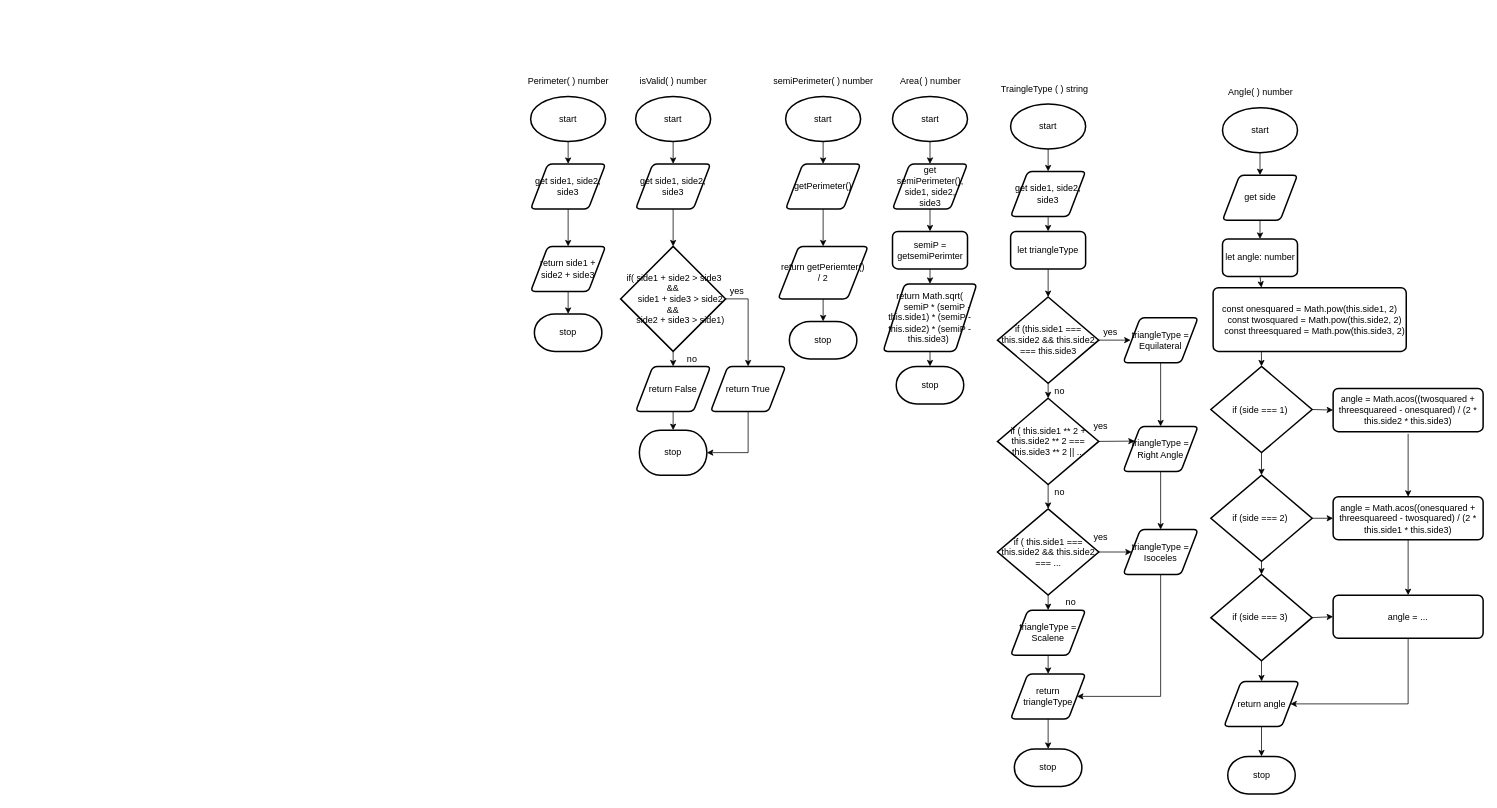
Earlier version of the draw.io diagram pictures/Flow.drawio (Igor-Zhelezniak-1/ics4u-assigment-3-typescript). Source tidied: cells renumbered, new cells numbered last; positions are measured from the earlier drawing's top-left corner, leaving out a move shared by most shapes. Both pictures are drawn from the tidied source at 75%, with x=0, y=0 at pixel (523, 74).
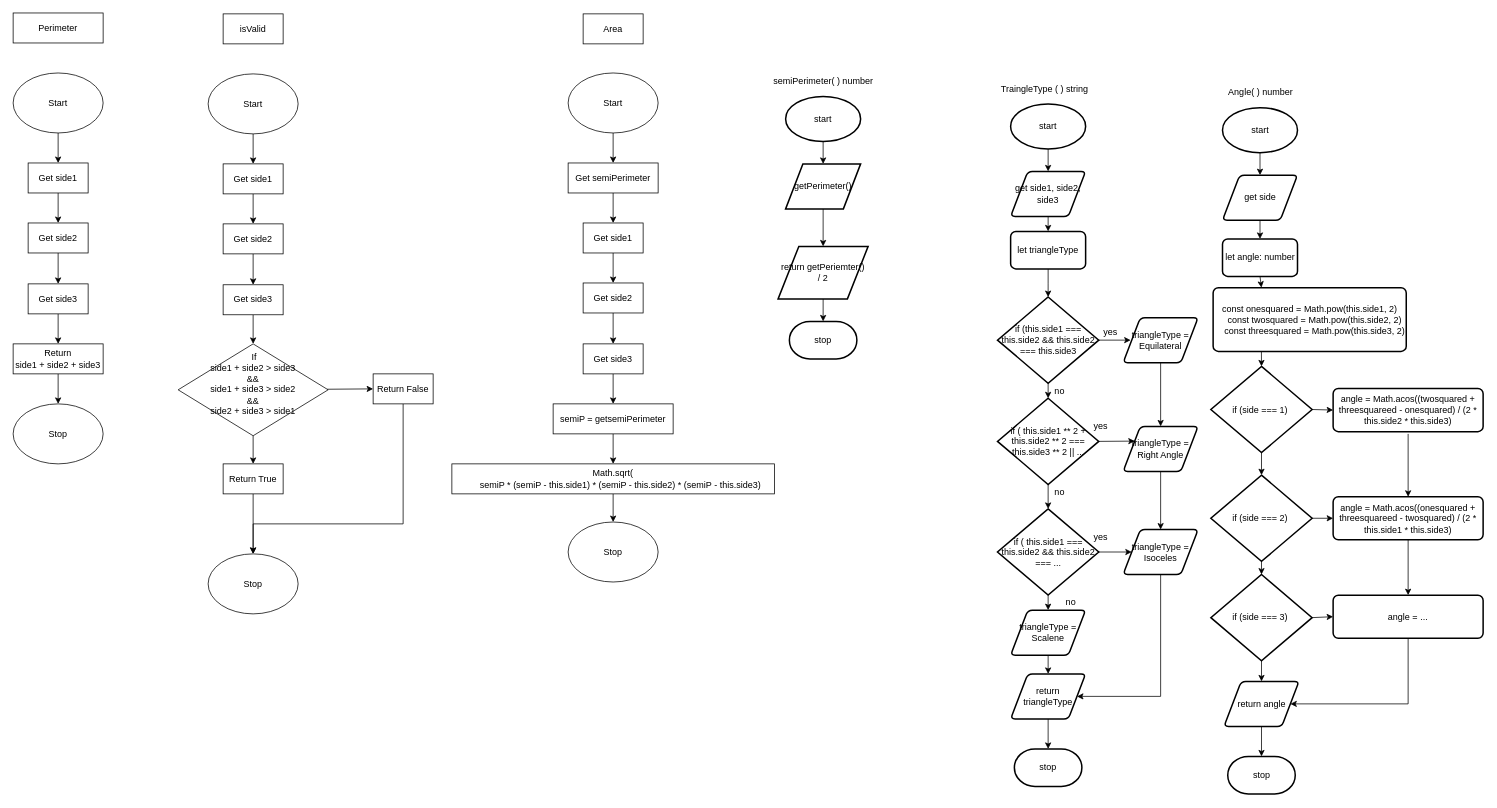
After the change.

What changed in the source:
```diff
@@
-    <mxCell id="2" style="edgeStyle=none;html=1;exitX=0.5;exitY=1;exitDx=0;exitDy=0;exitPerimeter=0;entryX=0.5;entryY=0;entryDx=0;entryDy=0;" parent="1" edge="1" source="3" target="6">
-      <mxGeometry relative="1" as="geometry" />
-    </mxCell>
-    <mxCell id="3" value="start" style="strokeWidth=2;html=1;shape=mxgraph.flowchart.start_1;whiteSpace=wrap;" parent="1" vertex="1">
-      <mxGeometry x="10" y="30" width="100" height="60" as="geometry" />
-    </mxCell>
-    <mxCell id="4" value="Perimeter( ) number" style="text;html=1;align=center;verticalAlign=middle;strokeColor=none;fillColor=none;" parent="1" vertex="1">
-      <mxGeometry width="120" height="20" as="geometry" />
-    </mxCell>
-    <mxCell id="5" style="edgeStyle=none;html=1;entryX=0.5;entryY=0;entryDx=0;entryDy=0;" parent="1" edge="1" source="6" target="8">
-      <mxGeometry relative="1" as="geometry" />
-    </mxCell>
-    <mxCell id="6" value="get side1, side2, side3" style="shape=parallelogram;html=1;strokeWidth=2;perimeter=parallelogramPerimeter;whiteSpace=wrap;rounded=1;arcSize=12;size=0.23;" parent="1" vertex="1">
-      <mxGeometry x="10" y="120" width="100" height="60" as="geometry" />
-    </mxCell>
-    <mxCell id="7" style="edgeStyle=none;html=1;exitX=0.5;exitY=1;exitDx=0;exitDy=0;entryX=0.5;entryY=0;entryDx=0;entryDy=0;entryPerimeter=0;" parent="1" edge="1" source="8" target="44">
-      <mxGeometry relative="1" as="geometry" />
-    </mxCell>
-    <mxCell id="8" value="return side1 + side2 + side3" style="shape=parallelogram;html=1;strokeWidth=2;perimeter=parallelogramPerimeter;whiteSpace=wrap;rounded=1;arcSize=12;size=0.23;" parent="1" vertex="1">
-      <mxGeometry x="10" y="230" width="100" height="60" as="geometry" />
-    </mxCell>
-    <mxCell id="9" style="edgeStyle=none;html=1;exitX=0.5;exitY=1;exitDx=0;exitDy=0;exitPerimeter=0;entryX=0.5;entryY=0;entryDx=0;entryDy=0;" parent="1" edge="1" source="10">
-      <mxGeometry relative="1" as="geometry">
-        <mxPoint x="200" y="120" as="targetPoint" />
-      </mxGeometry>
-    </mxCell>
-    <mxCell id="10" value="start" style="strokeWidth=2;html=1;shape=mxgraph.flowchart.start_1;whiteSpace=wrap;" parent="1" vertex="1">
-      <mxGeometry x="150" y="30" width="100" height="60" as="geometry" />
-    </mxCell>
-    <mxCell id="11" value="isValid( ) number" style="text;html=1;align=center;verticalAlign=middle;strokeColor=none;fillColor=none;" parent="1" vertex="1">
-      <mxGeometry x="145" width="110" height="20" as="geometry" />
-    </mxCell>
-    <mxCell id="12" style="edgeStyle=none;html=1;entryX=0.5;entryY=0;entryDx=0;entryDy=0;" parent="1" edge="1">
-      <mxGeometry relative="1" as="geometry">
-        <mxPoint x="200" y="180" as="sourcePoint" />
-        <mxPoint x="200" y="230" as="targetPoint" />
-      </mxGeometry>
-    </mxCell>
-    <mxCell id="13" value="get side1, side2, side3" style="shape=parallelogram;html=1;strokeWidth=2;perimeter=parallelogramPerimeter;whiteSpace=wrap;rounded=1;arcSize=12;size=0.23;" parent="1" vertex="1">
-      <mxGeometry x="150" y="120" width="100" height="60" as="geometry" />
-    </mxCell>
-    <mxCell id="14" style="edgeStyle=none;html=1;exitX=0.5;exitY=1;exitDx=0;exitDy=0;exitPerimeter=0;entryX=0.5;entryY=0;entryDx=0;entryDy=0;" parent="1" edge="1" source="16" target="18">
-      <mxGeometry relative="1" as="geometry" />
-    </mxCell>
-    <mxCell id="15" style="edgeStyle=none;html=1;exitX=1;exitY=0.5;exitDx=0;exitDy=0;exitPerimeter=0;rounded=0;" parent="1" edge="1" source="16">
-      <mxGeometry relative="1" as="geometry">
-        <mxPoint x="300" y="390" as="targetPoint" />
-        <Array as="points">
-          <mxPoint x="300" y="300" />
-        </Array>
-      </mxGeometry>
-    </mxCell>
-    <mxCell id="16" value="&lt;div&gt;&amp;nbsp;if( side1 + side2 &amp;gt; side3 &amp;amp;&amp;amp;&lt;/div&gt;&lt;div&gt;&amp;nbsp; &amp;nbsp; &amp;nbsp; &lt;span&gt;side1 + side3 &amp;gt; side2 &amp;amp;&amp;amp;&lt;/span&gt;&lt;/div&gt;&lt;div&gt;&amp;nbsp; &amp;nbsp; &amp;nbsp; side2 + side3 &amp;gt; side1)&lt;/div&gt;" style="strokeWidth=2;html=1;shape=mxgraph.flowchart.decision;whiteSpace=wrap;" parent="1" vertex="1">
-      <mxGeometry x="130" y="230" width="140" height="140" as="geometry" />
-    </mxCell>
-    <mxCell id="17" style="edgeStyle=none;html=1;exitX=0.5;exitY=1;exitDx=0;exitDy=0;entryX=0.5;entryY=0;entryDx=0;entryDy=0;entryPerimeter=0;" parent="1" edge="1" source="18" target="45">
-      <mxGeometry relative="1" as="geometry" />
-    </mxCell>
-    <mxCell id="18" value="return False" style="shape=parallelogram;html=1;strokeWidth=2;perimeter=parallelogramPerimeter;whiteSpace=wrap;rounded=1;arcSize=12;size=0.23;" parent="1" vertex="1">
-      <mxGeometry x="150" y="390" width="100" height="60" as="geometry" />
-    </mxCell>
-    <mxCell id="19" style="edgeStyle=none;html=1;exitX=0.5;exitY=1;exitDx=0;exitDy=0;entryX=1;entryY=0.5;entryDx=0;entryDy=0;entryPerimeter=0;rounded=0;" parent="1" edge="1" source="20" target="45">
-      <mxGeometry relative="1" as="geometry">
-        <Array as="points">
-          <mxPoint x="300" y="505" />
-        </Array>
-      </mxGeometry>
-    </mxCell>
-    <mxCell id="20" value="return True" style="shape=parallelogram;html=1;strokeWidth=2;perimeter=parallelogramPerimeter;whiteSpace=wrap;rounded=1;arcSize=12;size=0.23;" parent="1" vertex="1">
-      <mxGeometry x="250" y="390" width="100" height="60" as="geometry" />
-    </mxCell>
@@
-    <mxCell id="25" value="getPerimeter()" style="shape=parallelogram;html=1;strokeWidth=2;perimeter=parallelogramPerimeter;whiteSpace=wrap;rounded=1;arcSize=12;size=0.23;" parent="1" vertex="1">
+    <mxCell id="25" value="getPerimeter()" style="shape=parallelogram;html=1;strokeWidth=2;perimeter=parallelogramPerimeter;whiteSpace=wrap;rounded=0;arcSize=12;size=0.23;" parent="1" vertex="1">
       <mxGeometry x="350" y="120" width="100" height="60" as="geometry" />
     </mxCell>
@@
-    <mxCell id="27" value="return getPeriemter() / 2" style="shape=parallelogram;html=1;strokeWidth=2;perimeter=parallelogramPerimeter;whiteSpace=wrap;rounded=1;arcSize=12;size=0.23;" parent="1" vertex="1">
+    <mxCell id="27" value="return getPeriemter() / 2" style="shape=parallelogram;html=1;strokeWidth=2;perimeter=parallelogramPerimeter;whiteSpace=wrap;rounded=0;arcSize=12;size=0.23;" parent="1" vertex="1">
       <mxGeometry x="340" y="230" width="120" height="70" as="geometry" />
     </mxCell>
-    <mxCell id="28" value="Area( ) number" style="text;html=1;align=center;verticalAlign=middle;strokeColor=none;fillColor=none;" parent="1" vertex="1">
-      <mxGeometry x="492.5" width="100" height="20" as="geometry" />
-    </mxCell>
-    <mxCell id="29" style="edgeStyle=none;html=1;exitX=0.5;exitY=1;exitDx=0;exitDy=0;exitPerimeter=0;entryX=0.5;entryY=0;entryDx=0;entryDy=0;" parent="1" edge="1" source="30" target="32">
-      <mxGeometry relative="1" as="geometry" />
-    </mxCell>
-    <mxCell id="30" value="start" style="strokeWidth=2;html=1;shape=mxgraph.flowchart.start_1;whiteSpace=wrap;" parent="1" vertex="1">
-      <mxGeometry x="492.5" y="30" width="100" height="60" as="geometry" />
-    </mxCell>
-    <mxCell id="31" style="edgeStyle=none;rounded=0;html=1;exitX=0.5;exitY=1;exitDx=0;exitDy=0;entryX=0.5;entryY=0;entryDx=0;entryDy=0;" parent="1" edge="1" source="32" target="36">
-      <mxGeometry relative="1" as="geometry" />
-    </mxCell>
-    <mxCell id="32" value="get semiPerimeter(), side1, side2, side3" style="shape=parallelogram;html=1;strokeWidth=2;perimeter=parallelogramPerimeter;whiteSpace=wrap;rounded=1;arcSize=12;size=0.23;" parent="1" vertex="1">
-      <mxGeometry x="492.5" y="120" width="100" height="60" as="geometry" />
-    </mxCell>
-    <mxCell id="33" style="edgeStyle=none;rounded=0;html=1;exitX=0.5;exitY=1;exitDx=0;exitDy=0;entryX=0.5;entryY=0;entryDx=0;entryDy=0;entryPerimeter=0;" parent="1" edge="1" source="34" target="47">
-      <mxGeometry relative="1" as="geometry" />
-    </mxCell>
-    <mxCell id="34" value="return&amp;nbsp;&lt;span&gt;Math.sqrt(&lt;br&gt;&lt;/span&gt;&lt;span&gt;&amp;nbsp; &amp;nbsp; &amp;nbsp; semiP * (semiP - this.side1) * (semiP - this.side2) * (semiP - this.side3)&lt;/span&gt;&amp;nbsp;" style="shape=parallelogram;html=1;strokeWidth=2;perimeter=parallelogramPerimeter;whiteSpace=wrap;rounded=1;arcSize=12;size=0.23;" parent="1" vertex="1">
-      <mxGeometry x="480" y="280" width="125" height="90" as="geometry" />
-    </mxCell>
-    <mxCell id="35" style="edgeStyle=none;rounded=0;html=1;exitX=0.5;exitY=1;exitDx=0;exitDy=0;entryX=0.5;entryY=0;entryDx=0;entryDy=0;" parent="1" edge="1" source="36" target="34">
-      <mxGeometry relative="1" as="geometry" />
-    </mxCell>
-    <mxCell id="36" value="semiP = getsemiPerimter" style="rounded=1;whiteSpace=wrap;html=1;absoluteArcSize=1;arcSize=14;strokeWidth=2;" parent="1" vertex="1">
-      <mxGeometry x="492.5" y="210" width="100" height="50" as="geometry" />
-    </mxCell>
@@
-    <mxCell id="44" value="stop" style="strokeWidth=2;html=1;shape=mxgraph.flowchart.terminator;whiteSpace=wrap;" parent="1" vertex="1">
-      <mxGeometry x="15" y="320" width="90" height="50" as="geometry" />
-    </mxCell>
-    <mxCell id="45" value="stop" style="strokeWidth=2;html=1;shape=mxgraph.flowchart.terminator;whiteSpace=wrap;" parent="1" vertex="1">
-      <mxGeometry x="155" y="475" width="90" height="60" as="geometry" />
-    </mxCell>
@@
-    <mxCell id="47" value="stop" style="strokeWidth=2;html=1;shape=mxgraph.flowchart.terminator;whiteSpace=wrap;" parent="1" vertex="1">
-      <mxGeometry x="497.5" y="390" width="90" height="50" as="geometry" />
-    </mxCell>
@@
-    <mxCell id="56" value="yes" style="text;html=1;align=center;verticalAlign=middle;strokeColor=none;fillColor=none;" parent="1" vertex="1">
-      <mxGeometry x="270" y="280" width="30" height="20" as="geometry" />
-    </mxCell>
-    <mxCell id="57" value="no" style="text;html=1;align=center;verticalAlign=middle;strokeColor=none;fillColor=none;" parent="1" vertex="1">
-      <mxGeometry x="210" y="370" width="30" height="20" as="geometry" />
-    </mxCell>
@@
+    <mxCell id="104" style="edgeStyle=none;html=1;entryX=0.5;entryY=0;entryDx=0;entryDy=0;" parent="1" edge="1" source="105" target="126">
+      <mxGeometry relative="1" as="geometry" />
+    </mxCell>
+    <mxCell id="105" value="Start" style="ellipse;whiteSpace=wrap;html=1;" parent="1" vertex="1">
+      <mxGeometry x="-420" width="120" height="80" as="geometry" />
+    </mxCell>
+    <mxCell id="106" style="edgeStyle=none;html=1;entryX=0;entryY=0.5;entryDx=0;entryDy=0;" parent="1" edge="1" source="108" target="132">
+      <mxGeometry relative="1" as="geometry" />
+    </mxCell>
+    <mxCell id="107" style="edgeStyle=none;html=1;" parent="1" edge="1" source="108" target="110">
+      <mxGeometry relative="1" as="geometry" />
+    </mxCell>
+    <mxCell id="108" value="&lt;div&gt;&amp;nbsp;If&lt;/div&gt;&lt;div&gt;side1 + side2 &amp;gt; side3&lt;/div&gt;&lt;div&gt;&amp;amp;&amp;amp;&lt;/div&gt;&lt;div&gt;&lt;span style=&quot;background-color: initial;&quot;&gt;side1 + side3 &amp;gt; side2&lt;/span&gt;&lt;/div&gt;&lt;div&gt;&lt;span style=&quot;background-color: initial;&quot;&gt;&amp;amp;&amp;amp;&lt;/span&gt;&lt;/div&gt;&lt;div&gt;&lt;span style=&quot;background-color: initial;&quot;&gt;side2 + side3 &amp;gt; side1&lt;/span&gt;&lt;/div&gt;&lt;div&gt;&lt;span style=&quot;background-color: initial;&quot;&gt;&amp;nbsp;&lt;/span&gt;&lt;/div&gt;" style="rhombus;whiteSpace=wrap;html=1;" parent="1" vertex="1">
+      <mxGeometry x="-460" y="360" width="200" height="122.5" as="geometry" />
+    </mxCell>
+    <mxCell id="109" style="edgeStyle=none;rounded=0;html=1;entryX=0.5;entryY=0;entryDx=0;entryDy=0;" parent="1" edge="1" source="110" target="111">
+      <mxGeometry relative="1" as="geometry" />
+    </mxCell>
+    <mxCell id="110" value="Return True" style="rounded=0;whiteSpace=wrap;html=1;" parent="1" vertex="1">
+      <mxGeometry x="-400" y="520" width="80" height="40" as="geometry" />
+    </mxCell>
+    <mxCell id="111" value="Stop" style="ellipse;whiteSpace=wrap;html=1;" parent="1" vertex="1">
+      <mxGeometry x="-420" y="640" width="120" height="80" as="geometry" />
+    </mxCell>
+    <mxCell id="112" value="isValid" style="rounded=0;whiteSpace=wrap;html=1;" parent="1" vertex="1">
+      <mxGeometry x="-400" y="-80" width="80" height="40" as="geometry" />
+    </mxCell>
+    <mxCell id="113" style="edgeStyle=none;rounded=0;html=1;entryX=0.5;entryY=0;entryDx=0;entryDy=0;" parent="1" edge="1" source="114" target="118">
+      <mxGeometry relative="1" as="geometry" />
+    </mxCell>
+    <mxCell id="114" value="Get side1" style="rounded=0;whiteSpace=wrap;html=1;" parent="1" vertex="1">
+      <mxGeometry x="-660" y="118.8" width="80" height="40" as="geometry" />
+    </mxCell>
+    <mxCell id="115" style="edgeStyle=none;rounded=0;html=1;entryX=0.5;entryY=0;entryDx=0;entryDy=0;" parent="1" edge="1" source="116" target="114">
+      <mxGeometry relative="1" as="geometry" />
+    </mxCell>
+    <mxCell id="116" value="Start" style="ellipse;whiteSpace=wrap;html=1;" parent="1" vertex="1">
+      <mxGeometry x="-680" y="-1.2" width="120" height="80" as="geometry" />
+    </mxCell>
+    <mxCell id="117" style="edgeStyle=none;html=1;entryX=0.5;entryY=0;entryDx=0;entryDy=0;" parent="1" edge="1" source="118" target="124">
+      <mxGeometry relative="1" as="geometry" />
+    </mxCell>
+    <mxCell id="118" value="Get side2" style="rounded=0;whiteSpace=wrap;html=1;" parent="1" vertex="1">
+      <mxGeometry x="-660" y="198.8" width="80" height="40" as="geometry" />
+    </mxCell>
+    <mxCell id="119" style="edgeStyle=none;html=1;entryX=0.5;entryY=0;entryDx=0;entryDy=0;" parent="1" edge="1" source="120" target="122">
+      <mxGeometry relative="1" as="geometry" />
+    </mxCell>
+    <mxCell id="120" value="Return&lt;br&gt;side1 + side2 + side3" style="rounded=0;whiteSpace=wrap;html=1;" parent="1" vertex="1">
+      <mxGeometry x="-680" y="360" width="120" height="40" as="geometry" />
+    </mxCell>
+    <mxCell id="121" value="Perimeter" style="rounded=0;whiteSpace=wrap;html=1;" parent="1" vertex="1">
+      <mxGeometry x="-680" y="-81.2" width="120" height="40" as="geometry" />
+    </mxCell>
+    <mxCell id="122" value="Stop" style="ellipse;whiteSpace=wrap;html=1;" parent="1" vertex="1">
+      <mxGeometry x="-680" y="440" width="120" height="80" as="geometry" />
+    </mxCell>
+    <mxCell id="123" style="edgeStyle=none;html=1;entryX=0.5;entryY=0;entryDx=0;entryDy=0;" parent="1" edge="1" source="124" target="120">
+      <mxGeometry relative="1" as="geometry" />
+    </mxCell>
+    <mxCell id="124" value="Get side3" style="rounded=0;whiteSpace=wrap;html=1;" parent="1" vertex="1">
+      <mxGeometry x="-660" y="280" width="80" height="40" as="geometry" />
+    </mxCell>
+    <mxCell id="125" style="edgeStyle=none;rounded=0;html=1;entryX=0.5;entryY=0;entryDx=0;entryDy=0;" parent="1" edge="1" source="126" target="128">
+      <mxGeometry relative="1" as="geometry" />
+    </mxCell>
+    <mxCell id="126" value="Get side1" style="rounded=0;whiteSpace=wrap;html=1;" parent="1" vertex="1">
+      <mxGeometry x="-400" y="120" width="80" height="40" as="geometry" />
+    </mxCell>
+    <mxCell id="127" style="edgeStyle=none;html=1;entryX=0.5;entryY=0;entryDx=0;entryDy=0;" parent="1" edge="1" source="128" target="130">
+      <mxGeometry relative="1" as="geometry" />
+    </mxCell>
+    <mxCell id="128" value="Get side2" style="rounded=0;whiteSpace=wrap;html=1;" parent="1" vertex="1">
+      <mxGeometry x="-400" y="200" width="80" height="40" as="geometry" />
+    </mxCell>
+    <mxCell id="129" style="edgeStyle=none;html=1;entryX=0.5;entryY=0;entryDx=0;entryDy=0;" parent="1" edge="1" source="130" target="108">
+      <mxGeometry relative="1" as="geometry" />
+    </mxCell>
+    <mxCell id="130" value="Get side3" style="rounded=0;whiteSpace=wrap;html=1;" parent="1" vertex="1">
+      <mxGeometry x="-400" y="281.2" width="80" height="40" as="geometry" />
+    </mxCell>
+    <mxCell id="131" style="edgeStyle=none;html=1;entryX=0.5;entryY=0;entryDx=0;entryDy=0;rounded=0;" parent="1" edge="1" source="132" target="111">
+      <mxGeometry relative="1" as="geometry">
+        <Array as="points">
+          <mxPoint x="-160" y="600" />
+          <mxPoint x="-360" y="600" />
+        </Array>
+      </mxGeometry>
+    </mxCell>
+    <mxCell id="132" value="Return False" style="rounded=0;whiteSpace=wrap;html=1;" parent="1" vertex="1">
+      <mxGeometry x="-200" y="400" width="80" height="40" as="geometry" />
+    </mxCell>
+    <mxCell id="133" value="Area" style="rounded=0;whiteSpace=wrap;html=1;" parent="1" vertex="1">
+      <mxGeometry x="80" y="-80" width="80" height="40" as="geometry" />
+    </mxCell>
+    <mxCell id="134" style="edgeStyle=none;rounded=0;html=1;entryX=0.5;entryY=0;entryDx=0;entryDy=0;" parent="1" edge="1" source="135" target="139">
+      <mxGeometry relative="1" as="geometry" />
+    </mxCell>
+    <mxCell id="135" value="Get side1" style="rounded=0;whiteSpace=wrap;html=1;" parent="1" vertex="1">
+      <mxGeometry x="80" y="198.8" width="80" height="40" as="geometry" />
+    </mxCell>
+    <mxCell id="136" style="edgeStyle=none;rounded=0;html=1;entryX=0.5;entryY=0;entryDx=0;entryDy=0;" parent="1" edge="1" source="137" target="146">
+      <mxGeometry relative="1" as="geometry" />
+    </mxCell>
+    <mxCell id="137" value="Start" style="ellipse;whiteSpace=wrap;html=1;" parent="1" vertex="1">
+      <mxGeometry x="60" y="-1.2" width="120" height="80" as="geometry" />
+    </mxCell>
+    <mxCell id="138" style="edgeStyle=none;html=1;entryX=0.5;entryY=0;entryDx=0;entryDy=0;" parent="1" edge="1" source="139" target="144">
+      <mxGeometry relative="1" as="geometry" />
+    </mxCell>
+    <mxCell id="139" value="Get side2" style="rounded=0;whiteSpace=wrap;html=1;" parent="1" vertex="1">
+      <mxGeometry x="80" y="278.8" width="80" height="40" as="geometry" />
+    </mxCell>
+    <mxCell id="140" style="edgeStyle=none;html=1;entryX=0.5;entryY=0;entryDx=0;entryDy=0;" parent="1" edge="1" source="141" target="142">
+      <mxGeometry relative="1" as="geometry" />
+    </mxCell>
+    <mxCell id="141" value="&lt;div&gt;Math.sqrt(&lt;/div&gt;&lt;div&gt;&amp;nbsp; &amp;nbsp; &amp;nbsp; semiP * (semiP - this.side1) * (semiP - this.side2) * (semiP - this.side3)&lt;/div&gt;" style="rounded=0;whiteSpace=wrap;html=1;" parent="1" vertex="1">
+      <mxGeometry x="-95" y="520" width="430" height="40" as="geometry" />
+    </mxCell>
+    <mxCell id="142" value="Stop" style="ellipse;whiteSpace=wrap;html=1;" parent="1" vertex="1">
+      <mxGeometry x="60" y="597.5" width="120" height="80" as="geometry" />
+    </mxCell>
+    <mxCell id="143" style="edgeStyle=none;rounded=0;html=1;entryX=0.5;entryY=0;entryDx=0;entryDy=0;" parent="1" edge="1" source="144" target="148">
+      <mxGeometry relative="1" as="geometry" />
+    </mxCell>
+    <mxCell id="144" value="Get side3" style="rounded=0;whiteSpace=wrap;html=1;" parent="1" vertex="1">
+      <mxGeometry x="80" y="360" width="80" height="40" as="geometry" />
+    </mxCell>
+    <mxCell id="145" style="edgeStyle=none;rounded=0;html=1;entryX=0.5;entryY=0;entryDx=0;entryDy=0;" parent="1" edge="1" source="146" target="135">
+      <mxGeometry relative="1" as="geometry" />
+    </mxCell>
+    <mxCell id="146" value="Get semiPerimeter" style="rounded=0;whiteSpace=wrap;html=1;" parent="1" vertex="1">
+      <mxGeometry x="60" y="118.8" width="120" height="40" as="geometry" />
+    </mxCell>
+    <mxCell id="147" style="edgeStyle=none;rounded=0;html=1;entryX=0.5;entryY=0;entryDx=0;entryDy=0;" parent="1" edge="1" source="148" target="141">
+      <mxGeometry relative="1" as="geometry" />
+    </mxCell>
+    <mxCell id="148" value="semiP = getsemiPerimeter" style="rounded=0;whiteSpace=wrap;html=1;" parent="1" vertex="1">
+      <mxGeometry x="40" y="440" width="160" height="40" as="geometry" />
+    </mxCell>
```
